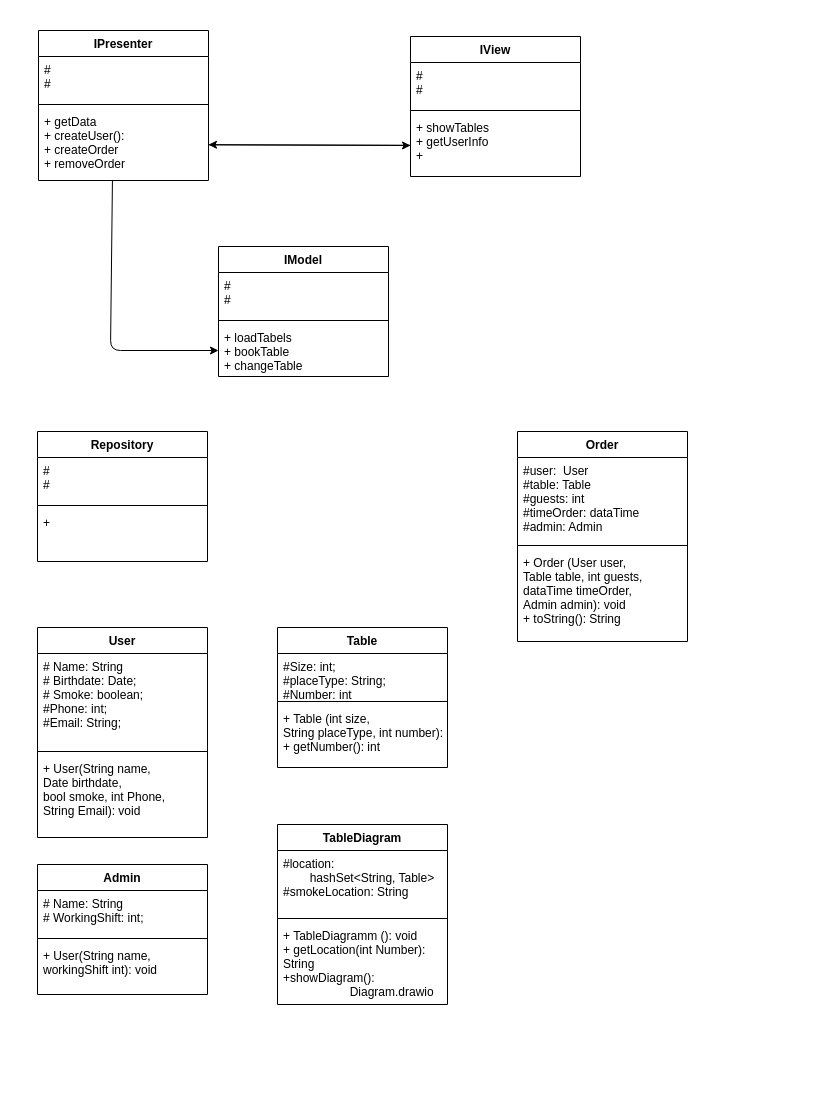
AbubakirovRA/Application_architecture keeps this draw.io diagram as homework_8/modelPresenter.drawio. Above is the earlier version. Source tidied: cells renumbered, new cells numbered last; positions are measured from the earlier drawing's top-left corner, leaving out a move shared by most shapes. Both pictures are drawn from the tidied source at 100%, with x=0, y=0 at pixel (37, 30).
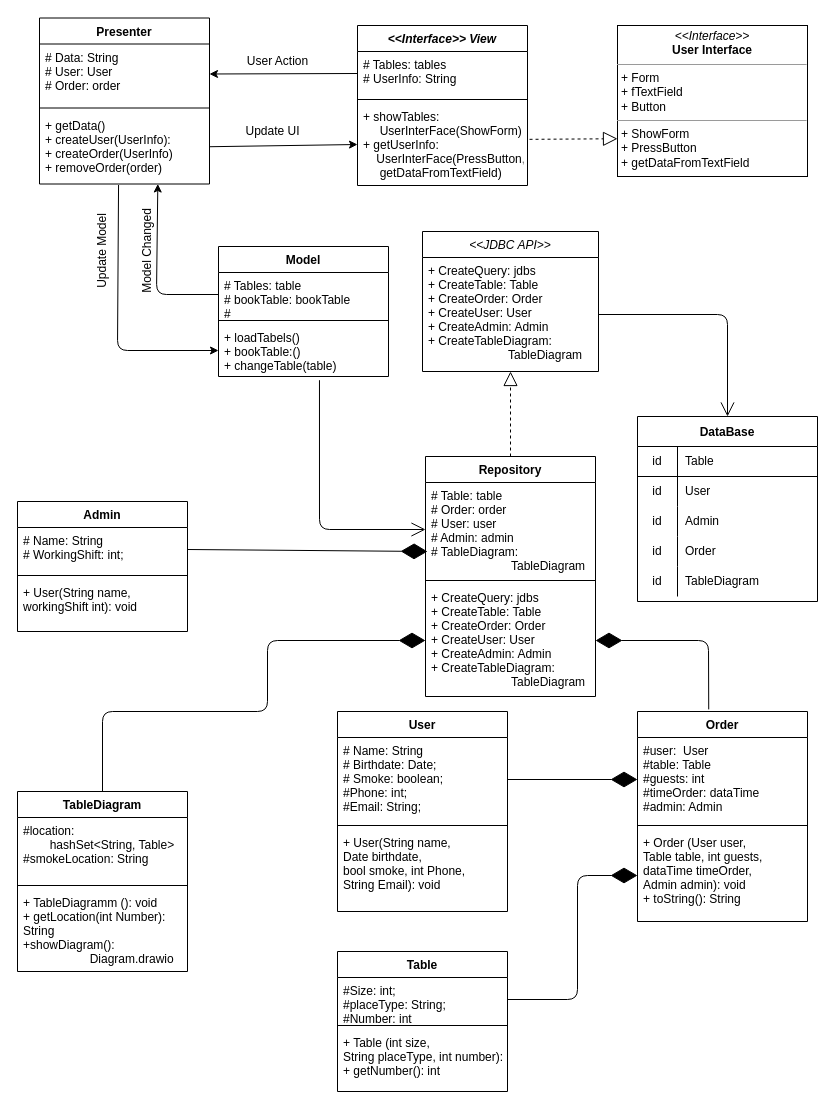
The same diagram, later.

Unchanged cells that the change refers to:
```xml
<mxCell id="3" value="#Size: int;&#10;#placeType: String;&#10;#Number: int" style="text;strokeColor=none;fillColor=none;align=left;verticalAlign=top;spacingLeft=4;spacingRight=4;overflow=hidden;points=[[0,0.5],[1,0.5]];portConstraint=eastwest;" parent="2" vertex="1">
  <mxGeometry y="26" width="170" height="44" as="geometry" />
</mxCell>
<mxCell id="11" value="#user:  User&#10;#table: Table&#10;#guests: int&#10;#timeOrder: dataTime&#10;#admin: Admin" style="text;strokeColor=none;fillColor=none;align=left;verticalAlign=top;spacingLeft=4;spacingRight=4;overflow=hidden;points=[[0,0.5],[1,0.5]];portConstraint=eastwest;" parent="10" vertex="1">
  <mxGeometry y="26" width="170" height="84" as="geometry" />
</mxCell>
<mxCell id="13" value="+ Order (User user, &#10;Table table, int guests, &#10;dataTime timeOrder, &#10;Admin admin): void&#10;+ toString(): String" style="text;strokeColor=none;fillColor=none;align=left;verticalAlign=top;spacingLeft=4;spacingRight=4;overflow=hidden;points=[[0,0.5],[1,0.5]];portConstraint=eastwest;" parent="10" vertex="1">
  <mxGeometry y="118" width="170" height="92" as="geometry" />
</mxCell>
<mxCell id="19" value="# Name: String&#10;# WorkingShift: int;&#10;" style="text;strokeColor=none;fillColor=none;align=left;verticalAlign=top;spacingLeft=4;spacingRight=4;overflow=hidden;points=[[0,0.5],[1,0.5]];portConstraint=eastwest;" parent="18" vertex="1">
  <mxGeometry y="26" width="170" height="44" as="geometry" />
</mxCell>
```

The edit, as a diff of the source:
```diff
@@
     <mxCell id="2" value="Table" style="swimlane;fontStyle=1;align=center;verticalAlign=top;horizontal=1;startSize=26;" parent="1" vertex="1">
-      <mxGeometry x="240" y="597" width="170" height="140" as="geometry" />
+      <mxGeometry x="300" y="921" width="170" height="140" as="geometry" />
     </mxCell>
@@
     <mxCell id="6" value="User" style="swimlane;fontStyle=1;align=center;verticalAlign=top;horizontal=1;startSize=26;" parent="1" vertex="1">
-      <mxGeometry y="597" width="170" height="210" as="geometry" />
+      <mxGeometry x="300" y="681" width="170" height="200" as="geometry" />
     </mxCell>
     <mxCell id="7" value="# Name: String&#10;# Birthdate: Date;&#10;# Smoke: boolean;&#10;#Phone: int;&#10;#Email: String;" style="text;strokeColor=none;fillColor=none;align=left;verticalAlign=top;spacingLeft=4;spacingRight=4;overflow=hidden;points=[[0,0.5],[1,0.5]];portConstraint=eastwest;" parent="6" vertex="1">
-      <mxGeometry y="26" width="170" height="94" as="geometry" />
+      <mxGeometry y="26" width="170" height="84" as="geometry" />
     </mxCell>
     <mxCell id="8" style="line;strokeWidth=1;fillColor=none;align=left;verticalAlign=middle;spacingTop=-1;spacingLeft=3;spacingRight=3;labelPosition=right;" parent="6" vertex="1">
-      <mxGeometry y="120" width="170" height="8" as="geometry" />
+      <mxGeometry y="110" width="170" height="8" as="geometry" />
     </mxCell>
     <mxCell id="9" value="+ User(String name, &#10;Date birthdate, &#10;bool smoke, int Phone, &#10;String Email): void" style="text;strokeColor=none;fillColor=none;align=left;verticalAlign=top;spacingLeft=4;spacingRight=4;overflow=hidden;" parent="6" vertex="1">
-      <mxGeometry y="128" width="170" height="82" as="geometry" />
+      <mxGeometry y="118" width="170" height="82" as="geometry" />
     </mxCell>
     <mxCell id="10" value="Order" style="swimlane;fontStyle=1;align=center;verticalAlign=top;horizontal=1;startSize=26;" parent="1" vertex="1">
-      <mxGeometry x="480" y="401" width="170" height="210" as="geometry" />
+      <mxGeometry x="600" y="681" width="170" height="210" as="geometry" />
     </mxCell>
@@
     <mxCell id="14" value="TableDiagram" style="swimlane;fontStyle=1;align=center;verticalAlign=top;horizontal=1;startSize=26;" parent="1" vertex="1">
-      <mxGeometry x="240" y="794" width="170" height="180" as="geometry" />
+      <mxGeometry x="-20" y="761" width="170" height="180" as="geometry" />
     </mxCell>
@@
     <mxCell id="18" value="Admin" style="swimlane;fontStyle=1;align=center;verticalAlign=top;horizontal=1;startSize=26;" parent="1" vertex="1">
-      <mxGeometry y="834" width="170" height="130" as="geometry" />
+      <mxGeometry x="-20" y="471" width="170" height="130" as="geometry" />
     </mxCell>
@@
-    <mxCell id="22" value="IPresenter" style="swimlane;fontStyle=1;align=center;verticalAlign=top;horizontal=1;startSize=26;" parent="1" vertex="1">
-      <mxGeometry x="1" width="170" height="150" as="geometry" />
+    <mxCell id="22" value="Presenter" style="swimlane;fontStyle=1;align=center;verticalAlign=top;horizontal=1;startSize=26;" parent="1" vertex="1">
+      <mxGeometry x="2" y="-12.5" width="170" height="166" as="geometry" />
     </mxCell>
-    <mxCell id="23" value="# &#10;# &#10;" style="text;strokeColor=none;fillColor=none;align=left;verticalAlign=top;spacingLeft=4;spacingRight=4;overflow=hidden;points=[[0,0.5],[1,0.5]];portConstraint=eastwest;" parent="22" vertex="1">
-      <mxGeometry y="26" width="170" height="44" as="geometry" />
+    <mxCell id="23" value="# Data: String&#10;# User: User&#10;# Order: order" style="text;strokeColor=none;fillColor=none;align=left;verticalAlign=top;spacingLeft=4;spacingRight=4;overflow=hidden;points=[[0,0.5],[1,0.5]];portConstraint=eastwest;" parent="22" vertex="1">
+      <mxGeometry y="26" width="170" height="60" as="geometry" />
     </mxCell>
     <mxCell id="24" style="line;strokeWidth=1;fillColor=none;align=left;verticalAlign=middle;spacingTop=-1;spacingLeft=3;spacingRight=3;labelPosition=right;" parent="22" vertex="1">
-      <mxGeometry y="70" width="170" height="8" as="geometry" />
+      <mxGeometry y="86" width="170" height="8" as="geometry" />
     </mxCell>
-    <mxCell id="25" value="+ getData&#10;+ createUser(): &#10;+ createOrder&#10;+ removeOrder" style="text;strokeColor=none;fillColor=none;align=left;verticalAlign=top;spacingLeft=4;spacingRight=4;overflow=hidden;points=[[0,0.5],[1,0.5]];portConstraint=eastwest;" parent="22" vertex="1">
-      <mxGeometry y="78" width="170" height="72" as="geometry" />
+    <mxCell id="25" value="+ getData()&#10;+ createUser(UserInfo): &#10;+ createOrder(UserInfo)&#10;+ removeOrder(order)" style="text;strokeColor=none;fillColor=none;align=left;verticalAlign=top;spacingLeft=4;spacingRight=4;overflow=hidden;points=[[0,0.5],[1,0.5]];portConstraint=eastwest;" parent="22" vertex="1">
+      <mxGeometry y="94" width="170" height="72" as="geometry" />
     </mxCell>
-    <mxCell id="26" value="IView" style="swimlane;fontStyle=1;align=center;verticalAlign=top;horizontal=1;startSize=26;" parent="1" vertex="1">
-      <mxGeometry x="373" y="6" width="170" height="140" as="geometry" />
+    <mxCell id="26" value="&lt;&lt;Interface&gt;&gt; View" style="swimlane;fontStyle=3;align=center;verticalAlign=top;horizontal=1;startSize=26;" parent="1" vertex="1">
+      <mxGeometry x="320" y="-5" width="170" height="160" as="geometry" />
     </mxCell>
-    <mxCell id="27" value="# &#10;# &#10;" style="text;strokeColor=none;fillColor=none;align=left;verticalAlign=top;spacingLeft=4;spacingRight=4;overflow=hidden;points=[[0,0.5],[1,0.5]];portConstraint=eastwest;" parent="26" vertex="1">
+    <mxCell id="27" value="# Tables: tables&#10;# UserInfo: String&#10;" style="text;strokeColor=none;fillColor=none;align=left;verticalAlign=top;spacingLeft=4;spacingRight=4;overflow=hidden;points=[[0,0.5],[1,0.5]];portConstraint=eastwest;" parent="26" vertex="1">
       <mxGeometry y="26" width="170" height="44" as="geometry" />
     </mxCell>
@@
-    <mxCell id="29" value="+ showTables&#10;+ getUserInfo&#10;+ &#10;" style="text;strokeColor=none;fillColor=none;align=left;verticalAlign=top;spacingLeft=4;spacingRight=4;overflow=hidden;points=[[0,0.5],[1,0.5]];portConstraint=eastwest;" parent="26" vertex="1">
-      <mxGeometry y="78" width="170" height="62" as="geometry" />
+    <mxCell id="29" value="+ showTables:&#10;     UserInterFace(ShowForm)&#10;+ getUserInfo:&#10;    UserInterFace(PressButton,&#10;     getDataFromTextField)&#10;" style="text;strokeColor=none;fillColor=none;align=left;verticalAlign=top;spacingLeft=4;spacingRight=4;overflow=hidden;points=[[0,0.5],[1,0.5]];portConstraint=eastwest;" parent="26" vertex="1">
+      <mxGeometry y="78" width="170" height="82" as="geometry" />
     </mxCell>
-    <mxCell id="30" value="IModel" style="swimlane;fontStyle=1;align=center;verticalAlign=top;horizontal=1;startSize=26;" parent="1" vertex="1">
+    <mxCell id="30" value="Model" style="swimlane;fontStyle=1;align=center;verticalAlign=top;horizontal=1;startSize=26;" parent="1" vertex="1">
       <mxGeometry x="181" y="216" width="170" height="130" as="geometry" />
     </mxCell>
-    <mxCell id="31" value="# &#10;# &#10;" style="text;strokeColor=none;fillColor=none;align=left;verticalAlign=top;spacingLeft=4;spacingRight=4;overflow=hidden;points=[[0,0.5],[1,0.5]];portConstraint=eastwest;" parent="30" vertex="1">
+    <mxCell id="31" value="# Tables: table&#10;# bookTable: bookTable&#10;# &#10;" style="text;strokeColor=none;fillColor=none;align=left;verticalAlign=top;spacingLeft=4;spacingRight=4;overflow=hidden;points=[[0,0.5],[1,0.5]];portConstraint=eastwest;" parent="30" vertex="1">
       <mxGeometry y="26" width="170" height="44" as="geometry" />
     </mxCell>
@@
-    <mxCell id="33" value="+ loadTabels&#10;+ bookTable&#10;+ changeTable" style="text;strokeColor=none;fillColor=none;align=left;verticalAlign=top;spacingLeft=4;spacingRight=4;overflow=hidden;points=[[0,0.5],[1,0.5]];portConstraint=eastwest;" parent="30" vertex="1">
+    <mxCell id="33" value="+ loadTabels()&#10;+ bookTable:()&#10;+ changeTable(table)" style="text;strokeColor=none;fillColor=none;align=left;verticalAlign=top;spacingLeft=4;spacingRight=4;overflow=hidden;points=[[0,0.5],[1,0.5]];portConstraint=eastwest;" parent="30" vertex="1">
       <mxGeometry y="78" width="170" height="52" as="geometry" />
     </mxCell>
     <mxCell id="34" value="Repository" style="swimlane;fontStyle=1;align=center;verticalAlign=top;horizontal=1;startSize=26;" parent="1" vertex="1">
-      <mxGeometry y="401" width="170" height="130" as="geometry" />
+      <mxGeometry x="388" y="426" width="170" height="240" as="geometry" />
     </mxCell>
-    <mxCell id="35" value="# &#10;# &#10;" style="text;strokeColor=none;fillColor=none;align=left;verticalAlign=top;spacingLeft=4;spacingRight=4;overflow=hidden;points=[[0,0.5],[1,0.5]];portConstraint=eastwest;" parent="34" vertex="1">
-      <mxGeometry y="26" width="170" height="44" as="geometry" />
+    <mxCell id="35" value="# Table: table&#10;# Order: order &#10;# User: user&#10;# Admin: admin&#10;# TableDiagram: &#10;                        TableDiagram &#10;" style="text;strokeColor=none;fillColor=none;align=left;verticalAlign=top;spacingLeft=4;spacingRight=4;overflow=hidden;points=[[0,0.5],[1,0.5]];portConstraint=eastwest;" parent="34" vertex="1">
+      <mxGeometry y="26" width="170" height="94" as="geometry" />
     </mxCell>
     <mxCell id="36" style="line;strokeWidth=1;fillColor=none;align=left;verticalAlign=middle;spacingTop=-1;spacingLeft=3;spacingRight=3;labelPosition=right;" parent="34" vertex="1">
-      <mxGeometry y="70" width="170" height="8" as="geometry" />
+      <mxGeometry y="120" width="170" height="8" as="geometry" />
     </mxCell>
-    <mxCell id="37" value="+ " style="text;strokeColor=none;fillColor=none;align=left;verticalAlign=top;spacingLeft=4;spacingRight=4;overflow=hidden;points=[[0,0.5],[1,0.5]];portConstraint=eastwest;" parent="34" vertex="1">
-      <mxGeometry y="78" width="170" height="52" as="geometry" />
+    <mxCell id="37" value="+ CreateQuery: jdbs&#10;+ CreateTable: Table&#10;+ CreateOrder: Order&#10;+ CreateUser: User&#10;+ CreateAdmin: Admin&#10;+ CreateTableDiagram: &#10;                        TableDiagram" style="text;strokeColor=none;fillColor=none;align=left;verticalAlign=top;spacingLeft=4;spacingRight=4;overflow=hidden;points=[[0,0.5],[1,0.5]];portConstraint=eastwest;" parent="34" vertex="1">
+      <mxGeometry y="128" width="170" height="112" as="geometry" />
     </mxCell>
@@
-    <mxCell id="39" style="edgeStyle=none;html=1;" parent="1" edge="1" source="29" target="25">
+    <mxCell id="39" style="edgeStyle=none;html=1;exitX=0;exitY=0.5;exitDx=0;exitDy=0;entryX=1;entryY=0.5;entryDx=0;entryDy=0;" parent="1" edge="1" source="27" target="23">
       <mxGeometry relative="1" as="geometry" />
     </mxCell>
-    <mxCell id="40" style="endArrow=classic;html=1;exitX=0.435;exitY=1;exitDx=0;exitDy=0;exitPerimeter=0;entryX=0;entryY=0.5;entryDx=0;entryDy=0;" parent="1" edge="1" source="25" target="33">
+    <mxCell id="40" style="endArrow=classic;html=1;entryX=0;entryY=0.5;entryDx=0;entryDy=0;exitX=0.465;exitY=1.014;exitDx=0;exitDy=0;exitPerimeter=0;" parent="1" edge="1" source="25" target="33">
       <mxGeometry relative="1" as="geometry">
         <Array as="points">
-          <mxPoint x="73" y="320" />
+          <mxPoint x="80" y="320" />
         </Array>
       </mxGeometry>
     </mxCell>
+    <mxCell id="41" value="User Action" style="text;html=1;align=center;verticalAlign=middle;strokeColor=none;fillColor=none;" parent="1" vertex="1">
+      <mxGeometry x="200" y="21" width="80" height="20" as="geometry" />
+    </mxCell>
+    <mxCell id="42" value="Update UI" style="text;html=1;align=center;verticalAlign=middle;strokeColor=none;fillColor=none;" parent="1" vertex="1">
+      <mxGeometry x="200" y="91" width="70" height="20" as="geometry" />
+    </mxCell>
+    <mxCell id="43" style="endArrow=classic;html=1;exitX=0;exitY=0.5;exitDx=0;exitDy=0;entryX=0.696;entryY=1;entryDx=0;entryDy=0;entryPerimeter=0;" parent="1" edge="1" source="31" target="25">
+      <mxGeometry relative="1" as="geometry">
+        <Array as="points">
+          <mxPoint x="119" y="264" />
+        </Array>
+      </mxGeometry>
+    </mxCell>
+    <mxCell id="44" value="Model Changed" style="text;html=1;align=center;verticalAlign=middle;strokeColor=none;fillColor=none;rotation=270;" parent="1" vertex="1">
+      <mxGeometry x="60" y="211" width="100" height="20" as="geometry" />
+    </mxCell>
+    <mxCell id="45" value="Update Model" style="text;html=1;align=center;verticalAlign=middle;strokeColor=none;fillColor=none;rotation=270;" parent="1" vertex="1">
+      <mxGeometry x="20" y="211" width="90" height="20" as="geometry" />
+    </mxCell>
+    <mxCell id="46" value="DataBase" style="shape=table;startSize=30;childLayout=tableLayout;rowLines=0;fontStyle=1;align=center;" parent="1" vertex="1">
+      <mxGeometry x="600" y="386" width="180" height="185" as="geometry" />
+    </mxCell>
+    <mxCell id="47" style="shape=partialRectangle;html=1;whiteSpace=wrap;fillColor=none;top=0;left=0;bottom=1;right=0;" parent="46" vertex="1">
+      <mxGeometry y="30" width="180" height="30" as="geometry" />
+    </mxCell>
+    <mxCell id="48" value="id" style="shape=partialRectangle;html=1;whiteSpace=wrap;fillColor=none;top=0;left=0;bottom=0;right=0;overflow=hidden;" parent="47" vertex="1">
+      <mxGeometry width="40" height="30" as="geometry" />
+    </mxCell>
+    <mxCell id="49" value="Table" style="shape=partialRectangle;html=1;whiteSpace=wrap;fillColor=none;top=0;left=0;bottom=0;right=0;align=left;spacingLeft=6;overflow=hidden;" parent="47" vertex="1">
+      <mxGeometry x="40" width="140" height="30" as="geometry" />
+    </mxCell>
+    <mxCell id="50" style="shape=partialRectangle;html=1;whiteSpace=wrap;fillColor=none;top=0;left=0;bottom=0;right=0;" parent="46" vertex="1">
+      <mxGeometry y="60" width="180" height="30" as="geometry" />
+    </mxCell>
+    <mxCell id="51" value="id" style="shape=partialRectangle;html=1;whiteSpace=wrap;fillColor=none;top=0;left=0;bottom=0;right=0;overflow=hidden;" parent="50" vertex="1">
+      <mxGeometry width="40" height="30" as="geometry" />
+    </mxCell>
+    <mxCell id="52" value="User" style="shape=partialRectangle;html=1;whiteSpace=wrap;fillColor=none;top=0;left=0;bottom=0;right=0;align=left;spacingLeft=6;overflow=hidden;" parent="50" vertex="1">
+      <mxGeometry x="40" width="140" height="30" as="geometry" />
+    </mxCell>
+    <mxCell id="53" style="shape=partialRectangle;html=1;whiteSpace=wrap;fillColor=none;top=0;left=0;bottom=0;right=0;" parent="46" vertex="1">
+      <mxGeometry y="90" width="180" height="30" as="geometry" />
+    </mxCell>
+    <mxCell id="54" value="id" style="shape=partialRectangle;html=1;whiteSpace=wrap;fillColor=none;top=0;left=0;bottom=0;right=0;overflow=hidden;" parent="53" vertex="1">
+      <mxGeometry width="40" height="30" as="geometry" />
+    </mxCell>
+    <mxCell id="55" value="Admin" style="shape=partialRectangle;html=1;whiteSpace=wrap;fillColor=none;top=0;left=0;bottom=0;right=0;align=left;spacingLeft=6;overflow=hidden;" parent="53" vertex="1">
+      <mxGeometry x="40" width="140" height="30" as="geometry" />
+    </mxCell>
+    <mxCell id="56" style="shape=partialRectangle;html=1;whiteSpace=wrap;fillColor=none;top=0;left=0;bottom=0;right=0;" parent="46" vertex="1">
+      <mxGeometry y="120" width="180" height="30" as="geometry" />
+    </mxCell>
+    <mxCell id="57" value="id" style="shape=partialRectangle;html=1;whiteSpace=wrap;fillColor=none;top=0;left=0;bottom=0;right=0;overflow=hidden;" parent="56" vertex="1">
+      <mxGeometry width="40" height="30" as="geometry" />
+    </mxCell>
+    <mxCell id="58" value="Order" style="shape=partialRectangle;html=1;whiteSpace=wrap;fillColor=none;top=0;left=0;bottom=0;right=0;align=left;spacingLeft=6;overflow=hidden;" parent="56" vertex="1">
+      <mxGeometry x="40" width="140" height="30" as="geometry" />
+    </mxCell>
+    <mxCell id="59" style="shape=partialRectangle;html=1;whiteSpace=wrap;fillColor=none;top=0;left=0;bottom=0;right=0;" parent="46" vertex="1">
+      <mxGeometry y="150" width="180" height="30" as="geometry" />
+    </mxCell>
+    <mxCell id="60" value="id" style="shape=partialRectangle;html=1;whiteSpace=wrap;fillColor=none;top=0;left=0;bottom=0;right=0;overflow=hidden;" parent="59" vertex="1">
+      <mxGeometry width="40" height="30" as="geometry" />
+    </mxCell>
+    <mxCell id="61" value="TableDiagram" style="shape=partialRectangle;html=1;whiteSpace=wrap;fillColor=none;top=0;left=0;bottom=0;right=0;align=left;spacingLeft=6;overflow=hidden;" parent="59" vertex="1">
+      <mxGeometry x="40" width="140" height="30" as="geometry" />
+    </mxCell>
+    <mxCell id="62" value="&lt;&lt;JDBC API&gt;&gt;" style="swimlane;fontStyle=2;horizontal=1;startSize=26;fillColor=none;" parent="1" vertex="1">
+      <mxGeometry x="385" y="201" width="176" height="140" as="geometry" />
+    </mxCell>
+    <mxCell id="63" value="+ CreateQuery: jdbs&#10;+ CreateTable: Table&#10;+ CreateOrder: Order&#10;+ CreateUser: User&#10;+ CreateAdmin: Admin&#10;+ CreateTableDiagram:&#10;                        TableDiagram" style="text;strokeColor=none;fillColor=none;align=left;verticalAlign=top;spacingLeft=4;spacingRight=4;overflow=hidden;points=[[0,0.5],[1,0.5]];portConstraint=eastwest;" parent="62" vertex="1">
+      <mxGeometry y="26" width="176" height="114" as="geometry" />
+    </mxCell>
+    <mxCell id="64" value="&lt;p style=&quot;margin: 0px ; margin-top: 4px ; text-align: center&quot;&gt;&lt;i&gt;&amp;lt;&amp;lt;Interface&amp;gt;&amp;gt;&lt;/i&gt;&lt;br&gt;&lt;b&gt;User Interface&lt;/b&gt;&lt;/p&gt;&lt;hr size=&quot;1&quot;&gt;&lt;p style=&quot;margin: 0px ; margin-left: 4px&quot;&gt;+ Form&lt;br&gt;+ fTextField&lt;/p&gt;&lt;p style=&quot;margin: 0px ; margin-left: 4px&quot;&gt;+ Button&lt;/p&gt;&lt;hr size=&quot;1&quot;&gt;&lt;p style=&quot;margin: 0px ; margin-left: 4px&quot;&gt;+ ShowForm&lt;br&gt;+ PressButton&lt;/p&gt;&lt;p style=&quot;margin: 0px ; margin-left: 4px&quot;&gt;+ getDataFromTextField&lt;/p&gt;" style="verticalAlign=top;align=left;overflow=fill;fontSize=12;fontFamily=Helvetica;html=1;" parent="1" vertex="1">
+      <mxGeometry x="580" y="-5" width="190" height="151" as="geometry" />
+    </mxCell>
+    <mxCell id="65" style="endArrow=block;dashed=1;endFill=0;endSize=12;html=1;entryX=0;entryY=0.75;entryDx=0;entryDy=0;exitX=1.012;exitY=0.437;exitDx=0;exitDy=0;exitPerimeter=0;" parent="1" edge="1" source="29" target="64">
+      <mxGeometry relative="1" as="geometry" />
+    </mxCell>
+    <mxCell id="66" style="endArrow=block;dashed=1;endFill=0;endSize=12;html=1;exitX=0.5;exitY=0;exitDx=0;exitDy=0;" parent="1" edge="1" source="34" target="63">
+      <mxGeometry relative="1" as="geometry" />
+    </mxCell>
+    <mxCell id="67" style="endArrow=open;endFill=1;endSize=12;html=1;exitX=1;exitY=0.5;exitDx=0;exitDy=0;entryX=0.5;entryY=0;entryDx=0;entryDy=0;" parent="1" edge="1" source="63" target="46">
+      <mxGeometry relative="1" as="geometry">
+        <Array as="points">
+          <mxPoint x="690" y="284" />
+        </Array>
+      </mxGeometry>
+    </mxCell>
+    <mxCell id="68" style="endArrow=open;endFill=1;endSize=12;html=1;exitX=0.594;exitY=1.071;exitDx=0;exitDy=0;exitPerimeter=0;entryX=0;entryY=0.5;entryDx=0;entryDy=0;" parent="1" edge="1" source="33" target="35">
+      <mxGeometry relative="1" as="geometry">
+        <Array as="points">
+          <mxPoint x="282" y="499" />
+        </Array>
+      </mxGeometry>
+    </mxCell>
+    <mxCell id="69" style="endArrow=diamondThin;endFill=1;endSize=24;html=1;exitX=0.5;exitY=0;exitDx=0;exitDy=0;" parent="1" edge="1" source="14" target="37">
+      <mxGeometry relative="1" as="geometry">
+        <Array as="points">
+          <mxPoint x="65" y="681" />
+          <mxPoint x="230" y="681" />
+          <mxPoint x="230" y="610" />
+        </Array>
+      </mxGeometry>
+    </mxCell>
+    <mxCell id="70" style="endArrow=diamondThin;endFill=1;endSize=24;html=1;entryX=0.012;entryY=0.734;entryDx=0;entryDy=0;entryPerimeter=0;exitX=1;exitY=0.5;exitDx=0;exitDy=0;" parent="1" edge="1" source="19" target="35">
+      <mxGeometry relative="1" as="geometry" />
+    </mxCell>
+    <mxCell id="71" style="endArrow=diamondThin;endFill=1;endSize=24;html=1;exitX=1;exitY=0.5;exitDx=0;exitDy=0;entryX=0;entryY=0.5;entryDx=0;entryDy=0;" parent="1" edge="1" source="7" target="11">
+      <mxGeometry relative="1" as="geometry" />
+    </mxCell>
+    <mxCell id="72" style="endArrow=diamondThin;endFill=1;endSize=24;html=1;entryX=1;entryY=0.5;entryDx=0;entryDy=0;exitX=0.419;exitY=-0.01;exitDx=0;exitDy=0;exitPerimeter=0;" parent="1" edge="1" source="10" target="37">
+      <mxGeometry relative="1" as="geometry">
+        <Array as="points">
+          <mxPoint x="671" y="610" />
+        </Array>
+      </mxGeometry>
+    </mxCell>
+    <mxCell id="73" style="endArrow=diamondThin;endFill=1;endSize=24;html=1;entryX=0;entryY=0.5;entryDx=0;entryDy=0;exitX=1;exitY=0.5;exitDx=0;exitDy=0;" parent="1" edge="1" source="3" target="13">
+      <mxGeometry relative="1" as="geometry">
+        <Array as="points">
+          <mxPoint x="540" y="969" />
+          <mxPoint x="540" y="845" />
+        </Array>
+      </mxGeometry>
+    </mxCell>
```
